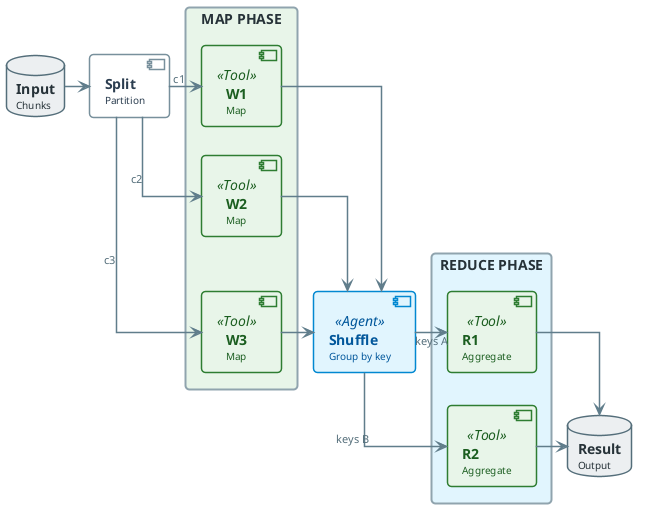
Above: diagrams/week03/week3_lecture_slide13_system_overview.png in OrPerets/data-engineering-course (PlantUML), before the change.
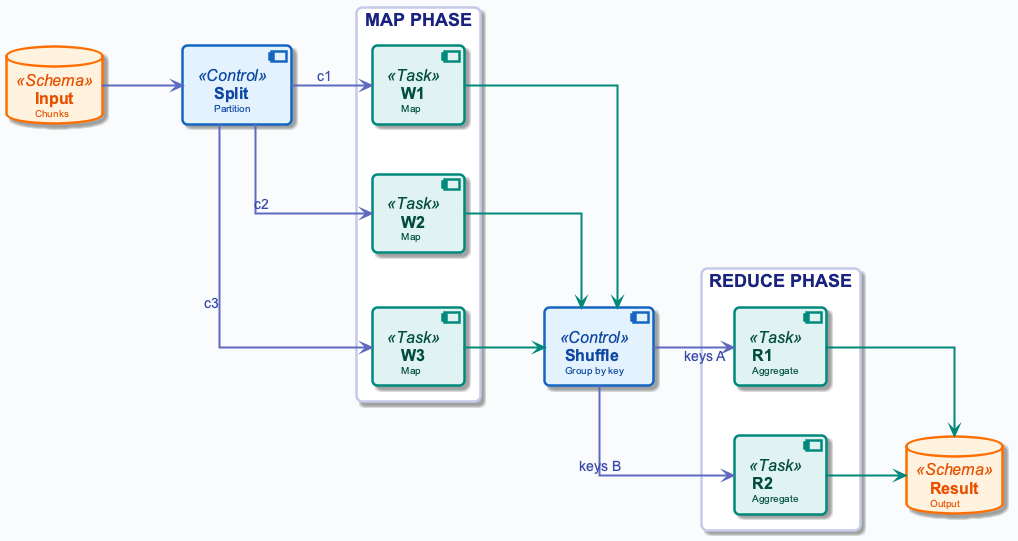
Above is the later version.

The edit, as a diff of the source:
```diff
@@ -1,156 +1,39 @@
 @startuml
+!include ../_template_styles.puml
+top to bottom direction
 
-top to bottom direction
-skinparam linetype ortho
-skinparam shadowing false
-skinparam roundcorner 8
-skinparam handwritten false
-skinparam nodesep 24
-skinparam ranksep 28
+database "**Input**\n<size:10>Chunks</size>" as INP <<Schema>>
 
-skinparam defaultFontName "Segoe UI, Helvetica, sans-serif"
-skinparam defaultFontSize 16
-skinparam defaultFontColor #2C3E50
+component "**Split**\n<size:10>Partition</size>" as SPLIT <<Control>>
 
-skinparam rectangle {
-    BackgroundColor #F8F9FA
-    BorderColor #90A4AE
-    BorderThickness 2
-    FontColor #263238
-    FontSize 14
-    FontStyle bold
-    Padding 20
-}
-
-skinparam component {
-    BackgroundColor #FFFFFF
-    BorderColor #78909C
-    BorderThickness 1.5
-    FontSize 14
-    Padding 12
-}
-
-skinparam database {
-    BackgroundColor #ECEFF1
-    BorderColor #546E7A
-    BorderThickness 1.5
-    FontSize 14
-    FontColor #263238
-}
-
-skinparam arrow {
-    Color #607D8B
-    Thickness 1.5
-    FontSize 11
-    FontColor #546E7A
-}
-
-skinparam component<<UI>> {
-    BorderColor #8E24AA
-    BackgroundColor #F3E5F5
-    FontColor #4A148C
-}
-
-skinparam component<<Agent>> {
-    BorderColor #0288D1
-    BackgroundColor #E1F5FE
-    FontColor #01579B
-}
-
-skinparam component<<Tool>> {
-    BorderColor #2E7D32
-    BackgroundColor #E8F5E9
-    FontColor #1B5E20
-}
-
-skinparam component<<Config>> {
-    BorderColor #F57C00
-    BackgroundColor #FFF3E0
-    FontColor #E65100
-}
-
-skinparam component<<Bad>> {
-    BorderColor #C62828
-    BackgroundColor #FFEBEE
-    FontColor #B71C1C
-}
-
-skinparam component<<V1>> {
-    BorderColor #F57C00
-    BackgroundColor #FFF3E0
-    FontColor #E65100
-}
-
-skinparam component<<V2>> {
-    BorderColor #2E7D32
-    BackgroundColor #E8F5E9
-    FontColor #1B5E20
-}
-
-skinparam component<<up>> {
-    BackgroundColor #E8F5E9
-    BorderColor #2E7D32
-}
-
-skinparam component<<down>> {
-    BackgroundColor #FFEBEE
-    BorderColor #C62828
-}
-
-skinparam database<<up>> {
-    BackgroundColor #E8F5E9
-    BorderColor #2E7D32
-}
-
-skinparam database<<down>> {
-    BackgroundColor #FFEBEE
-    BorderColor #C62828
-}
-
-skinparam component<<success>> {
-    BackgroundColor #E8F5E9
-    BorderColor #2E7D32
-}
-
-skinparam component<<failure>> {
-    BackgroundColor #FFEBEE
-    BorderColor #C62828
-}
-
-
-
-database "**Input**\n<size:10>Chunks</size>" as INP
-
-component "**Split**\n<size:10>Partition</size>" as SPLIT
-
-rectangle "MAP PHASE" #E8F5E9 {
-    component "**W1**\n<size:10>Map</size>" as W1 <<Tool>>
-    component "**W2**\n<size:10>Map</size>" as W2 <<Tool>>
-    component "**W3**\n<size:10>Map</size>" as W3 <<Tool>>
+rectangle "MAP PHASE" #FFFFFF {
+    component "**W1**\n<size:10>Map</size>" as W1 <<Task>>
+    component "**W2**\n<size:10>Map</size>" as W2 <<Task>>
+    component "**W3**\n<size:10>Map</size>" as W3 <<Task>>
     W1 -[hidden]down- W2
     W2 -[hidden]down- W3
 }
 
-component "**Shuffle**\n<size:10>Group by key</size>" as SORT_XFER <<Agent>>
+component "**Shuffle**\n<size:10>Group by key</size>" as SORT_XFER <<Control>>
 
-rectangle "REDUCE PHASE" #E1F5FE {
-    component "**R1**\n<size:10>Aggregate</size>" as R1 <<Tool>>
-    component "**R2**\n<size:10>Aggregate</size>" as R2 <<Tool>>
+rectangle "REDUCE PHASE" #FFFFFF {
+    component "**R1**\n<size:10>Aggregate</size>" as R1 <<Task>>
+    component "**R2**\n<size:10>Aggregate</size>" as R2 <<Task>>
     R1 -[hidden]down- R2
 }
 
-database "**Result**\n<size:10>Output</size>" as OUT
+database "**Result**\n<size:10>Output</size>" as OUT <<Schema>>
 
-INP -right-> SPLIT
-SPLIT -right-> W1 : "c1"
-SPLIT -right-> W2 : "c2"
-SPLIT -right-> W3 : "c3"
-W1 -right-> SORT_XFER
-W2 -right-> SORT_XFER
-W3 -right-> SORT_XFER
-SORT_XFER -right-> R1 : "keys A"
-SORT_XFER -right-> R2 : "keys B"
-R1 -right-> OUT
-R2 -right-> OUT
+INP -right[#5C6BC0,thickness=2]-> SPLIT
+SPLIT -right[#5C6BC0,thickness=2]-> W1 : <color:#3949AB>c1</color>
+SPLIT -right[#5C6BC0,thickness=2]-> W2 : <color:#3949AB>c2</color>
+SPLIT -right[#5C6BC0,thickness=2]-> W3 : <color:#3949AB>c3</color>
+W1 -right[#00897B,thickness=2]-> SORT_XFER
+W2 -right[#00897B,thickness=2]-> SORT_XFER
+W3 -right[#00897B,thickness=2]-> SORT_XFER
+SORT_XFER -right[#5C6BC0,thickness=2]-> R1 : <color:#3949AB>keys A</color>
+SORT_XFER -right[#5C6BC0,thickness=2]-> R2 : <color:#3949AB>keys B</color>
+R1 -right[#00897B,thickness=2]-> OUT
+R2 -right[#00897B,thickness=2]-> OUT
 
 @enduml
```
